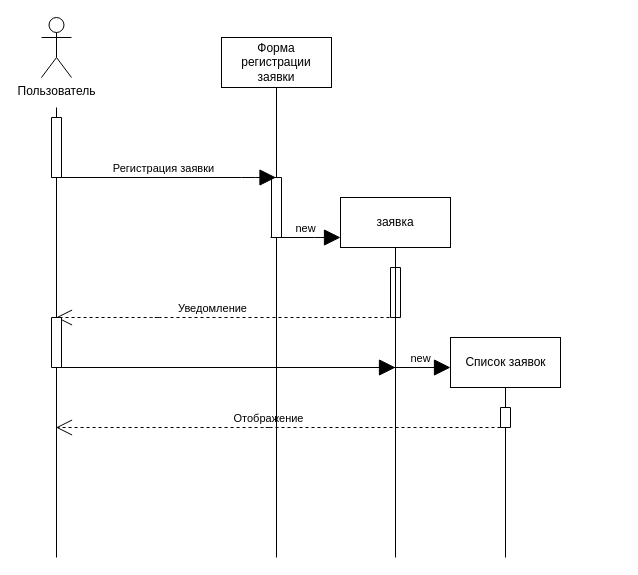
Before: Sequence_Diagram.drawio in RiotRebellion/RiotRebellion, a draw.io diagram. Source tidied: cells renumbered, new cells numbered last; positions are measured from the earlier drawing's top-left corner, leaving out a move shared by most shapes. Both pictures are drawn from the tidied source at 100%, with x=0, y=0 at pixel (41, 17).
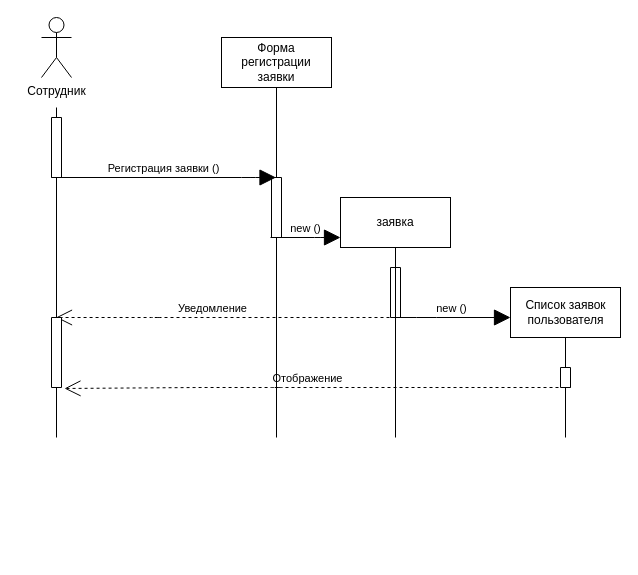
The same diagram, later.

The edit, as a diff of the source:
```diff
@@
-    <mxCell id="2" value="Пользователь&lt;br&gt;" style="shape=umlActor;verticalLabelPosition=bottom;verticalAlign=top;html=1;hachureGap=4;" parent="1" vertex="1">
+    <mxCell id="2" value="Сотрудник" style="shape=umlActor;verticalLabelPosition=bottom;verticalAlign=top;html=1;hachureGap=4;" parent="1" vertex="1">
       <mxGeometry width="30" height="60" as="geometry" />
     </mxCell>
     <mxCell id="3" style="line;strokeWidth=1;direction=south;html=1;perimeter=backbonePerimeter;points=[];outlineConnect=0;hachureGap=4;" parent="1" vertex="1">
-      <mxGeometry x="10" y="90" width="10" height="450" as="geometry" />
+      <mxGeometry x="10" y="90" width="10" height="330" as="geometry" />
     </mxCell>
@@
     <mxCell id="7" style="line;strokeWidth=1;direction=south;html=1;perimeter=backbonePerimeter;points=[];outlineConnect=0;hachureGap=4;" parent="1" vertex="1">
-      <mxGeometry x="230" y="70" width="10" height="470" as="geometry" />
+      <mxGeometry x="230" y="70" width="10" height="350" as="geometry" />
     </mxCell>
     <mxCell id="8" style="line;strokeWidth=1;direction=south;html=1;perimeter=backbonePerimeter;hachureGap=4;" parent="1" vertex="1">
-      <mxGeometry x="459" y="370" width="10" height="170" as="geometry" />
+      <mxGeometry x="519" y="320" width="10" height="100" as="geometry" />
     </mxCell>
@@
-    <mxCell id="11" value="Список заявок" style="html=1;hachureGap=4;strokeWidth=1;" parent="1" vertex="1">
-      <mxGeometry x="409" y="320" width="110" height="50" as="geometry" />
+    <mxCell id="11" value="Список заявок&lt;br&gt;пользователя" style="html=1;hachureGap=4;strokeWidth=1;" parent="1" vertex="1">
+      <mxGeometry x="469" y="270" width="110" height="50" as="geometry" />
     </mxCell>
-    <mxCell id="12" value="Регистрация заявки" style="html=1;verticalAlign=bottom;labelBackgroundColor=none;endArrow=block;endFill=1;startSize=14;endSize=14;sourcePerimeterSpacing=8;targetPerimeterSpacing=8;" parent="1" edge="1" target="7">
+    <mxCell id="12" value="Регистрация заявки ()" style="html=1;verticalAlign=bottom;labelBackgroundColor=none;endArrow=block;endFill=1;startSize=14;endSize=14;sourcePerimeterSpacing=8;targetPerimeterSpacing=8;" parent="1" edge="1" target="7">
       <mxGeometry relative="1" as="geometry">
         <mxPoint x="10" y="160" as="sourcePoint" />
         <Array as="points">
           <mxPoint x="210" y="160" />
         </Array>
       </mxGeometry>
     </mxCell>
@@
-    <mxCell id="14" value="new" style="html=1;verticalAlign=bottom;labelBackgroundColor=none;endArrow=block;endFill=1;startSize=14;endSize=14;sourcePerimeterSpacing=8;targetPerimeterSpacing=8;exitX=0.5;exitY=1;exitDx=0;exitDy=0;exitPerimeter=0;" parent="1" edge="1" source="18">
-      <mxGeometry x="0.85" relative="1" as="geometry">
-        <mxPoint x="409" y="350" as="targetPoint" />
-        <Array as="points">
-          <mxPoint x="179" y="350" />
-        </Array>
-      </mxGeometry>
-    </mxCell>
@@
-    <mxCell id="16" value="new" style="html=1;verticalAlign=bottom;labelBackgroundColor=none;endArrow=block;endFill=1;startSize=14;endSize=14;sourcePerimeterSpacing=8;targetPerimeterSpacing=8;" parent="1" edge="1">
+    <mxCell id="16" value="new ()" style="html=1;verticalAlign=bottom;labelBackgroundColor=none;endArrow=block;endFill=1;startSize=14;endSize=14;sourcePerimeterSpacing=8;targetPerimeterSpacing=8;" parent="1" edge="1">
       <mxGeometry relative="1" as="geometry">
         <mxPoint x="229" y="220" as="sourcePoint" />
         <mxPoint x="299" y="220" as="targetPoint" />
         <Array as="points">
           <mxPoint x="274.5" y="220" />
         </Array>
       </mxGeometry>
     </mxCell>
     <mxCell id="17" style="line;strokeWidth=1;direction=south;html=1;perimeter=backbonePerimeter;hachureGap=4;" parent="1" vertex="1">
-      <mxGeometry x="349" y="230" width="10" height="310" as="geometry" />
+      <mxGeometry x="349" y="230" width="10" height="190" as="geometry" />
     </mxCell>
     <mxCell id="18" style="verticalLabelPosition=bottom;verticalAlign=top;html=1;shape=mxgraph.basic.rect;fillColor2=none;strokeWidth=1;size=20;indent=5;hachureGap=4;" parent="1" vertex="1">
-      <mxGeometry x="10" y="300" width="10" height="50" as="geometry" />
+      <mxGeometry x="10" y="300" width="10" height="70" as="geometry" />
     </mxCell>
     <mxCell id="19" style="html=1;verticalAlign=bottom;labelBackgroundColor=none;endArrow=block;endFill=1;startSize=14;endSize=14;sourcePerimeterSpacing=8;targetPerimeterSpacing=8;" parent="1" edge="1">
       <mxGeometry x="0.85" relative="1" as="geometry">
-        <mxPoint x="20" y="350" as="sourcePoint" />
-        <mxPoint x="354" y="350" as="targetPoint" />
+        <mxPoint x="365" y="300" as="sourcePoint" />
+        <mxPoint x="469" y="300" as="targetPoint" />
         <Array as="points">
-          <mxPoint x="124" y="350" />
+          <mxPoint x="345" y="300" />
+          <mxPoint x="385" y="300" />
         </Array>
       </mxGeometry>
     </mxCell>
+    <mxCell id="22" value="new ()" style="edgeLabel;html=1;align=center;verticalAlign=middle;" parent="19" vertex="1">
+      <mxGeometry x="0.14" y="1" relative="1" as="geometry">
+        <mxPoint x="2" y="-9" as="offset" />
+      </mxGeometry>
+    </mxCell>
     <mxCell id="20" style="verticalLabelPosition=bottom;verticalAlign=top;html=1;shape=mxgraph.basic.rect;fillColor2=none;strokeWidth=1;size=20;indent=5;hachureGap=4;" parent="1" vertex="1">
-      <mxGeometry x="459" y="390" width="10" height="20" as="geometry" />
+      <mxGeometry x="519" y="350" width="10" height="20" as="geometry" />
     </mxCell>
-    <mxCell id="21" value="Отображение" style="html=1;verticalAlign=bottom;labelBackgroundColor=none;endArrow=open;endFill=0;dashed=1;startSize=14;endSize=14;sourcePerimeterSpacing=8;targetPerimeterSpacing=8;exitX=-0.1;exitY=1;exitDx=0;exitDy=0;exitPerimeter=0;" parent="1" edge="1" target="3">
+    <mxCell id="21" value="Отображение" style="html=1;verticalAlign=bottom;labelBackgroundColor=none;endArrow=open;endFill=0;dashed=1;startSize=14;endSize=14;sourcePerimeterSpacing=8;targetPerimeterSpacing=8;entryX=1.3;entryY=1.014;entryDx=0;entryDy=0;entryPerimeter=0;" parent="1" edge="1" target="18">
       <mxGeometry relative="1" as="geometry">
-        <mxPoint x="459" y="410" as="sourcePoint" />
+        <mxPoint x="529" y="370" as="sourcePoint" />
         <Array as="points">
-          <mxPoint x="221" y="410" />
-          <mxPoint x="231" y="410" />
+          <mxPoint x="449" y="370" />
+          <mxPoint x="230" y="370" />
+          <mxPoint x="240" y="370" />
+          <mxPoint x="159" y="370" />
         </Array>
       </mxGeometry>
     </mxCell>
```
